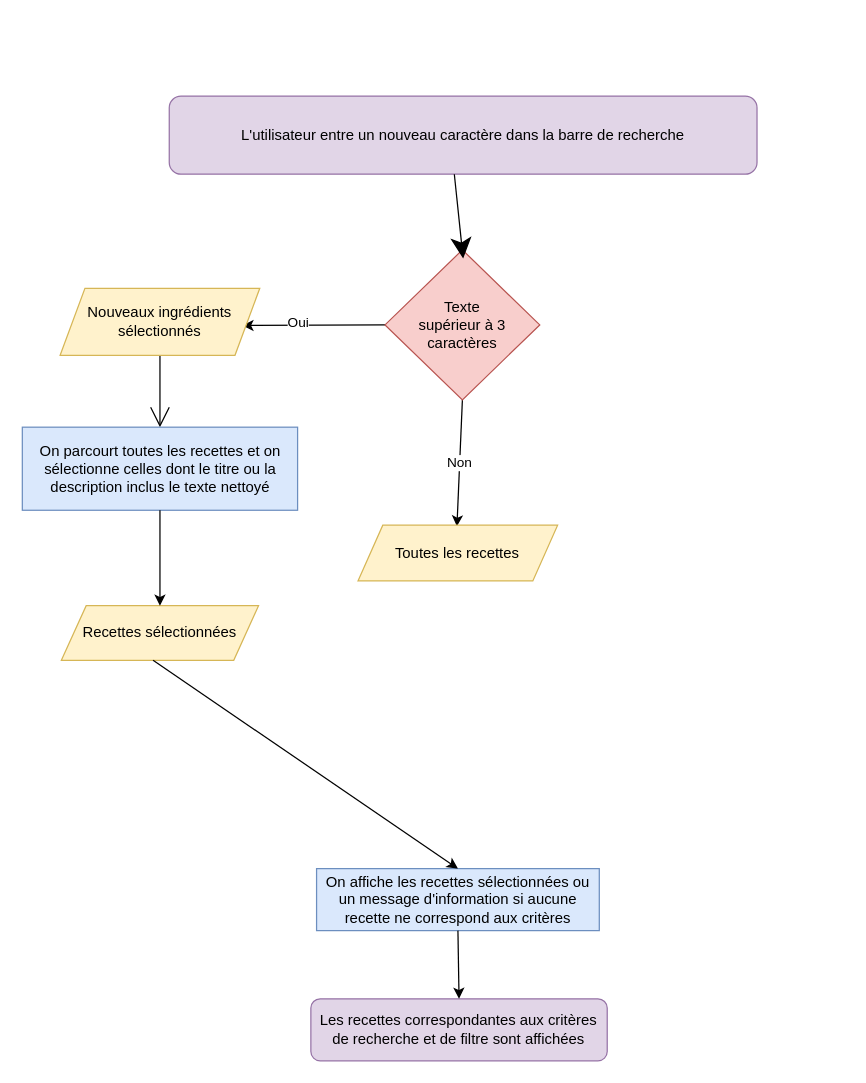
Earlier version of the draw.io diagram algos/algorigramme.drawio.drawio (melacod/MelanieKlein_7_09092021). Source tidied: cells renumbered, new cells numbered last; positions are measured from the earlier drawing's top-left corner, leaving out a move shared by most shapes. Both pictures are drawn from the tidied source at 124%, with x=0, y=0 at pixel (21, 95).
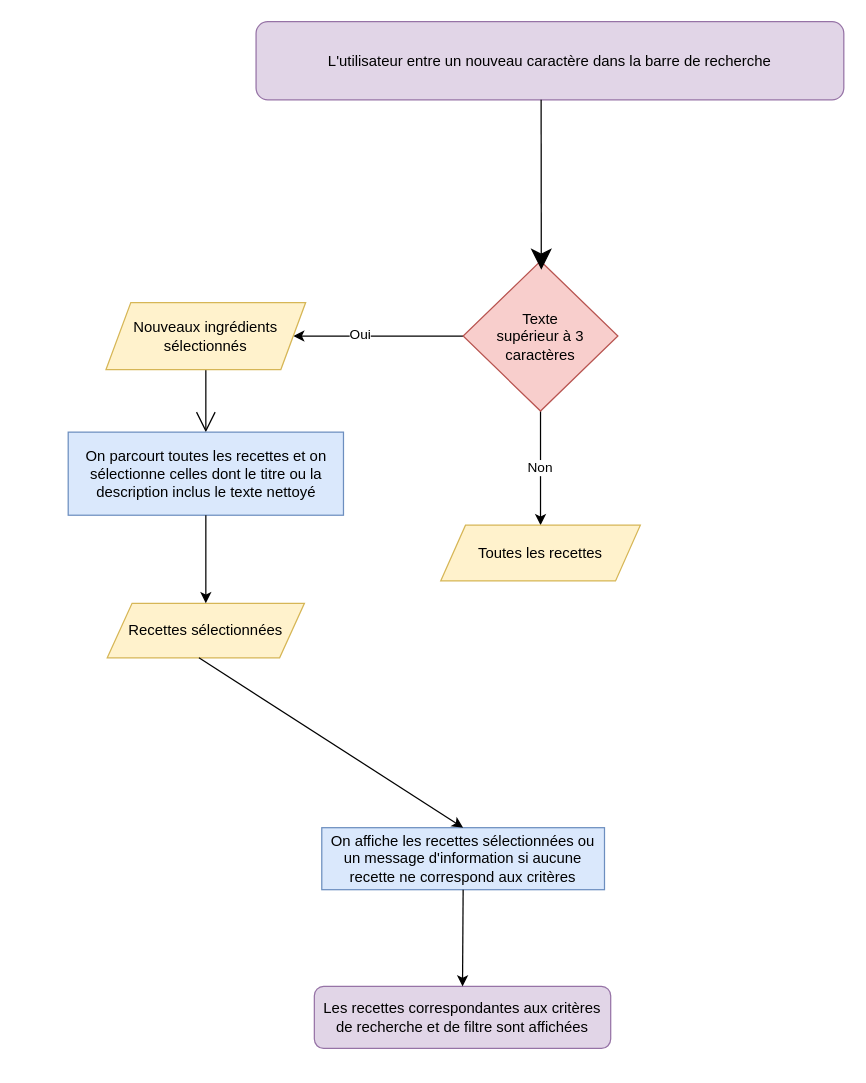
Above is the later version.

The edit, as a diff of the source:
```diff
@@
 <mxGraphModel>
   <root>
     <mxCell id="0" />
     <mxCell id="1" parent="0" />
     <mxCell id="2" value="&lt;span&gt;L'utilisateur entre un nouveau caractère dans la barre de recherche&lt;/span&gt;" style="rounded=1;whiteSpace=wrap;html=1;fillColor=#e1d5e7;strokeColor=#9673a6;" parent="1" vertex="1">
-      <mxGeometry x="119" width="474" height="63" as="geometry" />
+      <mxGeometry x="189" y="-60" width="474" height="63" as="geometry" />
     </mxCell>
-    <mxCell id="3" style="endArrow=classic;html=1;exitX=0;exitY=0.5;exitDx=0;exitDy=0;" parent="1" edge="1" source="15">
-      <mxGeometry relative="1" as="geometry">
-        <mxPoint x="178" y="185" as="targetPoint" />
-      </mxGeometry>
+    <mxCell id="3" style="endArrow=classic;html=1;exitX=0;exitY=0.5;exitDx=0;exitDy=0;entryX=1;entryY=0.5;entryDx=0;entryDy=0;" parent="1" edge="1" source="15" target="7">
+      <mxGeometry relative="1" as="geometry" />
     </mxCell>
     <mxCell id="4" value="Oui" style="edgeLabel;html=1;align=center;verticalAlign=middle;" parent="3" vertex="1">
       <mxGeometry x="0.22" y="-2" relative="1" as="geometry" />
     </mxCell>
-    <mxCell id="5" value="Non" style="endArrow=classic;html=1;exitX=0.5;exitY=1;exitDx=0;exitDy=0;" parent="1" edge="1" source="15">
-      <mxGeometry relative="1" as="geometry">
-        <mxPoint x="351" y="347" as="targetPoint" />
-      </mxGeometry>
+    <mxCell id="5" value="Non" style="endArrow=classic;html=1;exitX=0.5;exitY=1;exitDx=0;exitDy=0;entryX=0.5;entryY=0;entryDx=0;entryDy=0;" parent="1" edge="1" source="15" target="16">
+      <mxGeometry relative="1" as="geometry" />
     </mxCell>
     <mxCell id="6" style="edgeStyle=none;curved=1;rounded=0;jettySize=auto;html=1;exitX=0.5;exitY=1;exitDx=0;exitDy=0;entryX=0.5;entryY=0;entryDx=0;entryDy=0;endArrow=open;startSize=14;endSize=14;sourcePerimeterSpacing=8;targetPerimeterSpacing=8;" parent="1" edge="1" source="7" target="8">
       <mxGeometry relative="1" as="geometry" />
     </mxCell>
     <mxCell id="7" value="&lt;span&gt;Nouveaux ingrédients sélectionnés&lt;/span&gt;" style="shape=parallelogram;perimeter=parallelogramPerimeter;whiteSpace=wrap;html=1;fixedSize=1;fillColor=#fff2cc;strokeColor=#d6b656;" parent="1" vertex="1">
-      <mxGeometry x="31" y="155" width="161" height="54" as="geometry" />
+      <mxGeometry x="68" y="166.5" width="161" height="54" as="geometry" />
     </mxCell>
     <mxCell id="8" value="&lt;span&gt;On parcourt toutes les recettes et on sélectionne celles dont le titre ou la description inclus le texte nettoyé&lt;/span&gt;" style="rounded=0;whiteSpace=wrap;html=1;fillColor=#dae8fc;strokeColor=#6c8ebf;" parent="1" vertex="1">
-      <mxGeometry x="0.5" y="267" width="222" height="67" as="geometry" />
+      <mxGeometry x="37.5" y="271" width="222" height="67" as="geometry" />
     </mxCell>
     <mxCell id="9" value="&lt;span&gt;Recettes sélectionnées&lt;/span&gt;" style="shape=parallelogram;perimeter=parallelogramPerimeter;whiteSpace=wrap;html=1;fixedSize=1;fillColor=#fff2cc;strokeColor=#d6b656;" parent="1" vertex="1">
-      <mxGeometry x="32" y="411" width="159" height="44" as="geometry" />
+      <mxGeometry x="69" y="409" width="159" height="44" as="geometry" />
     </mxCell>
     <mxCell id="10" style="endArrow=classic;html=1;exitX=0.5;exitY=1;exitDx=0;exitDy=0;entryX=0.5;entryY=0;entryDx=0;entryDy=0;" parent="1" edge="1" source="8" target="9">
       <mxGeometry relative="1" as="geometry" />
     </mxCell>
     <mxCell id="11" value="&lt;span&gt;On affiche les recettes sélectionnées ou un message d'information si aucune recette ne correspond aux critères&lt;/span&gt;" style="rounded=0;whiteSpace=wrap;html=1;fillColor=#dae8fc;strokeColor=#6c8ebf;" parent="1" vertex="1">
-      <mxGeometry x="237.8" y="623" width="228" height="50" as="geometry" />
+      <mxGeometry x="242" y="590" width="228" height="50" as="geometry" />
     </mxCell>
     <mxCell id="12" style="endArrow=classic;html=1;exitX=0.465;exitY=1;exitDx=0;exitDy=0;entryX=0.5;entryY=0;entryDx=0;entryDy=0;exitPerimeter=0;" parent="1" edge="1" source="9" target="11">
       <mxGeometry relative="1" as="geometry" />
     </mxCell>
     <mxCell id="13" value="&lt;span&gt;Les recettes correspondantes aux critères de recherche et de filtre sont affichées&lt;/span&gt;" style="rounded=1;whiteSpace=wrap;html=1;fillColor=#e1d5e7;strokeColor=#9673a6;" parent="1" vertex="1">
-      <mxGeometry x="233.2" y="728" width="239" height="50" as="geometry" />
+      <mxGeometry x="236" y="718" width="239" height="50" as="geometry" />
     </mxCell>
     <mxCell id="14" style="endArrow=classic;html=1;exitX=0.5;exitY=1;exitDx=0;exitDy=0;entryX=0.5;entryY=0;entryDx=0;entryDy=0;" parent="1" edge="1" source="11" target="13">
       <mxGeometry relative="1" as="geometry" />
     </mxCell>
     <mxCell id="15" value="&lt;span&gt;Texte&lt;/span&gt;&lt;br&gt;&lt;span&gt;supérieur à 3 caractères&lt;/span&gt;" style="rhombus;whiteSpace=wrap;html=1;fillColor=#f8cecc;strokeColor=#b85450;" parent="1" vertex="1">
-      <mxGeometry x="293" y="124" width="124.8" height="121" as="geometry" />
+      <mxGeometry x="356" y="133" width="124.8" height="121" as="geometry" />
     </mxCell>
     <mxCell id="16" value="&lt;span&gt;Toutes les recettes&lt;/span&gt;" style="shape=parallelogram;perimeter=parallelogramPerimeter;whiteSpace=wrap;html=1;fixedSize=1;fillColor=#fff2cc;strokeColor=#d6b656;" parent="1" vertex="1">
-      <mxGeometry x="271.2" y="346" width="161" height="45" as="geometry" />
+      <mxGeometry x="337.9" y="346" width="161" height="45" as="geometry" />
     </mxCell>
     <mxCell id="17" style="endArrow=classic;html=1;startSize=14;endSize=14;sourcePerimeterSpacing=8;targetPerimeterSpacing=8;exitX=0.485;exitY=1;exitDx=0;exitDy=0;exitPerimeter=0;entryX=0.505;entryY=0.058;entryDx=0;entryDy=0;entryPerimeter=0;" parent="1" edge="1" source="2" target="15">
       <mxGeometry relative="1" as="geometry" />
     </mxCell>
   </root>
 </mxGraphModel>
```
